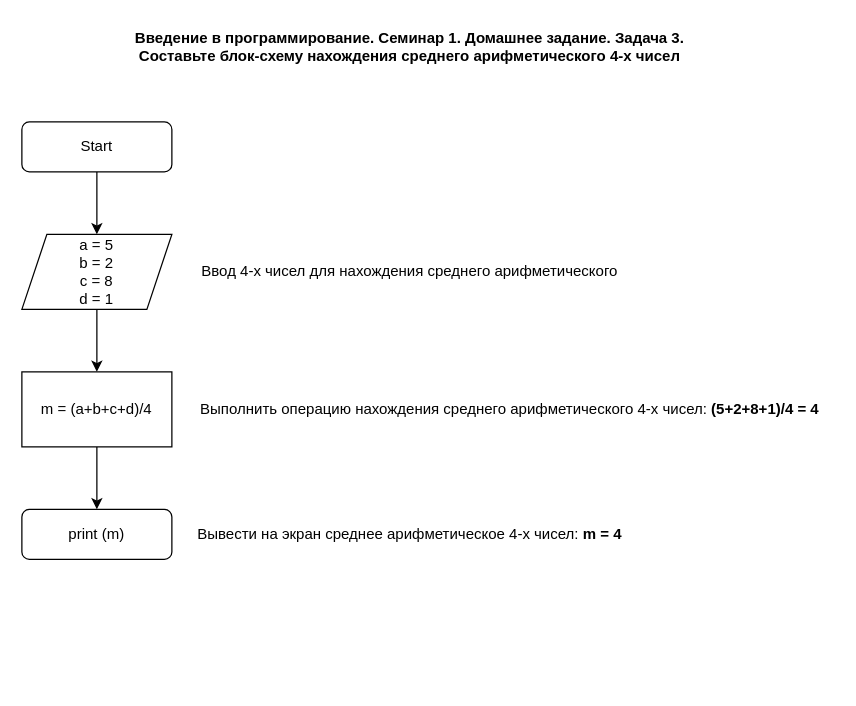
Above: 2022.12.12_HW_1-6.drawio in kask1n/Programming_Introguction (draw.io), before the change. Source tidied: cells renumbered, new cells numbered last; positions are measured from the earlier drawing's top-left corner, leaving out a move shared by most shapes. Both pictures are drawn from the tidied source at 125%, with x=0, y=0 at pixel (21, 21).
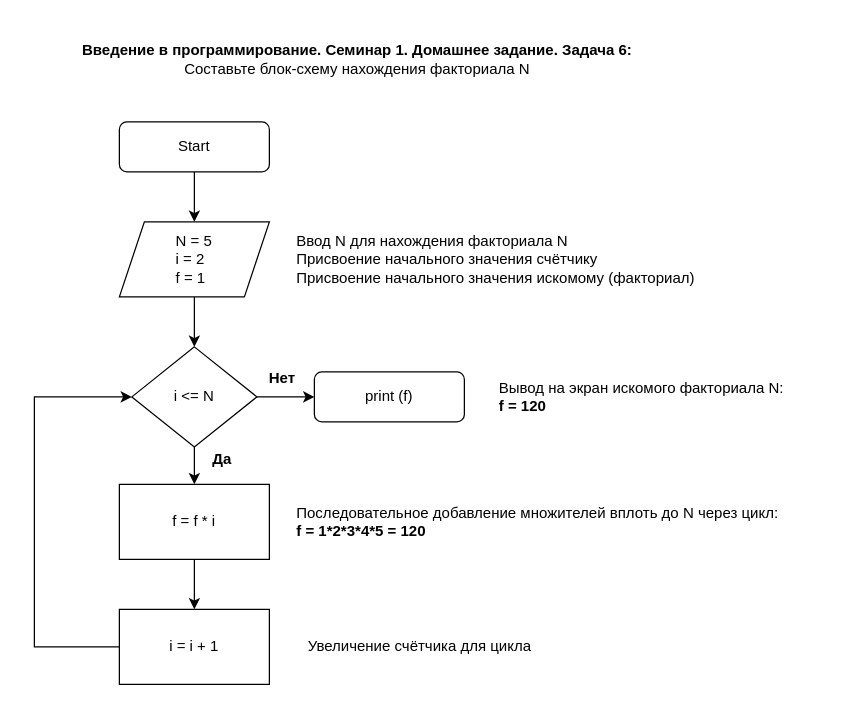
The same page after the edit.

The edit, as a diff of the source:
```diff
@@
     <mxCell id="2" style="edgeStyle=orthogonalEdgeStyle;rounded=0;jettySize=auto;html=1;" parent="1" edge="1" source="3">
       <mxGeometry relative="1" as="geometry">
-        <mxPoint x="60" y="170" as="targetPoint" />
+        <mxPoint x="138" y="160" as="targetPoint" />
       </mxGeometry>
     </mxCell>
     <mxCell id="3" value="Start" style="rounded=1;whiteSpace=wrap;html=1;fontSize=12;glass=0;strokeWidth=1;shadow=0;" parent="1" vertex="1">
-      <mxGeometry y="80" width="120" height="40" as="geometry" />
+      <mxGeometry x="78" y="80" width="120" height="40" as="geometry" />
     </mxCell>
-    <mxCell id="4" value="print (m)" style="rounded=1;whiteSpace=wrap;html=1;fontSize=12;glass=0;strokeWidth=1;shadow=0;" parent="1" vertex="1">
-      <mxGeometry y="390" width="120" height="40" as="geometry" />
+    <mxCell id="4" value="print (f)" style="rounded=1;whiteSpace=wrap;html=1;fontSize=12;glass=0;strokeWidth=1;shadow=0;" parent="1" vertex="1">
+      <mxGeometry x="234" y="280" width="120" height="40" as="geometry" />
     </mxCell>
-    <mxCell id="5" style="edgeStyle=orthogonalEdgeStyle;rounded=0;jettySize=auto;html=1;" parent="1" edge="1" source="6" target="8">
-      <mxGeometry relative="1" as="geometry" />
-    </mxCell>
+    <mxCell id="13" style="edgeStyle=orthogonalEdgeStyle;rounded=0;jettySize=auto;html=1;" parent="1" edge="1" source="6" target="16">
+      <mxGeometry relative="1" as="geometry" />
+    </mxCell>
-    <mxCell id="6" value="a = 5&lt;br&gt;b = 2&lt;br&gt;c = 8&lt;br&gt;d = 1" style="shape=parallelogram;perimeter=parallelogramPerimeter;whiteSpace=wrap;html=1;fixedSize=1;" parent="1" vertex="1">
-      <mxGeometry y="170" width="120" height="60" as="geometry" />
+    <mxCell id="6" value="&lt;div style=&quot;text-align: justify;&quot;&gt;&lt;span style=&quot;background-color: initial;&quot;&gt;N = 5&lt;/span&gt;&lt;/div&gt;&lt;div style=&quot;text-align: justify;&quot;&gt;&lt;span style=&quot;background-color: initial;&quot;&gt;i = 2&lt;/span&gt;&lt;/div&gt;&lt;div style=&quot;text-align: justify;&quot;&gt;&lt;span style=&quot;background-color: initial;&quot;&gt;f = 1&lt;/span&gt;&lt;/div&gt;" style="shape=parallelogram;perimeter=parallelogramPerimeter;whiteSpace=wrap;html=1;fixedSize=1;" parent="1" vertex="1">
+      <mxGeometry x="78" y="160" width="120" height="60" as="geometry" />
     </mxCell>
-    <mxCell id="7" style="edgeStyle=orthogonalEdgeStyle;rounded=0;jettySize=auto;html=1;" parent="1" edge="1" source="8" target="4">
-      <mxGeometry relative="1" as="geometry" />
-    </mxCell>
-    <mxCell id="8" value="m = (a+b+c+d)/4" style="rounded=0;whiteSpace=wrap;html=1;" parent="1" vertex="1">
-      <mxGeometry y="280" width="120" height="60" as="geometry" />
-    </mxCell>
-    <mxCell id="9" value="Выполнить операцию нахождения среднего арифметического 4-х чисел: &lt;b&gt;(5+2+8+1)/4 = 4&lt;/b&gt;" style="text;html=1;align=center;verticalAlign=middle;strokeColor=none;fillColor=none;" parent="1" vertex="1">
-      <mxGeometry x="130" y="295" width="520" height="30" as="geometry" />
+    <mxCell id="9" value="Вывод на экран искомого факториала N:&amp;nbsp;&lt;br&gt;&lt;b&gt;f = 120&lt;/b&gt;" style="text;html=1;align=left;verticalAlign=middle;strokeColor=none;fillColor=none;" parent="1" vertex="1">
+      <mxGeometry x="380" y="280" width="250" height="40" as="geometry" />
     </mxCell>
-    <mxCell id="10" value="Вывести на экран среднее арифметическое 4-х чисел: &lt;b&gt;m = 4&lt;/b&gt;" style="text;html=1;align=center;verticalAlign=middle;strokeColor=none;fillColor=none;" parent="1" vertex="1">
-      <mxGeometry x="130" y="395" width="360" height="30" as="geometry" />
+    <mxCell id="10" value="&lt;div style=&quot;&quot;&gt;&lt;span style=&quot;background-color: initial;&quot;&gt;Последовательное добавление множителей вплоть до N через цикл:&amp;nbsp;&lt;/span&gt;&lt;/div&gt;&lt;div style=&quot;&quot;&gt;&lt;span style=&quot;background-color: initial;&quot;&gt;&lt;b&gt;f = 1*2*3*4*5 = 120&lt;/b&gt;&lt;/span&gt;&lt;/div&gt;" style="text;html=1;align=left;verticalAlign=middle;strokeColor=none;fillColor=none;" parent="1" vertex="1">
+      <mxGeometry x="218" y="380" width="410" height="40" as="geometry" />
     </mxCell>
-    <mxCell id="11" value="Ввод 4-х чисел для нахождения среднего арифметического" style="text;html=1;align=center;verticalAlign=middle;strokeColor=none;fillColor=none;" parent="1" vertex="1">
-      <mxGeometry x="130" y="185" width="360" height="30" as="geometry" />
+    <mxCell id="11" value="Ввод N для нахождения факториала N&lt;br&gt;Присвоение начального значения счётчику&lt;br&gt;Присвоение начального значения искомому (факториал)" style="text;html=1;align=left;verticalAlign=middle;strokeColor=none;fillColor=none;" parent="1" vertex="1">
+      <mxGeometry x="218" y="160" width="340" height="60" as="geometry" />
     </mxCell>
-    <mxCell id="12" value="&lt;b&gt;Введение в программирование. Семинар 1. Домашнее задание. Задача 3.&lt;br&gt;&lt;/b&gt;&lt;div&gt;&lt;b&gt;Составьте блок-схему&amp;nbsp;&lt;span style=&quot;background-color: initial;&quot;&gt;нахождения среднего&amp;nbsp;&lt;/span&gt;&lt;span style=&quot;background-color: initial;&quot;&gt;арифметического 4-х&amp;nbsp;&lt;/span&gt;&lt;span style=&quot;background-color: initial;&quot;&gt;чисел&lt;/span&gt;&lt;/b&gt;&lt;/div&gt;" style="text;html=1;align=center;verticalAlign=middle;strokeColor=none;fillColor=none;" parent="1" vertex="1">
-      <mxGeometry x="80" width="460" height="40" as="geometry" />
+    <mxCell id="12" value="&lt;b&gt;Введение в программирование. Семинар 1. Домашнее задание. Задача 6:&lt;br&gt;&lt;/b&gt;&lt;div&gt;&lt;div&gt;Составьте блок-схему&amp;nbsp;&lt;span style=&quot;background-color: initial;&quot;&gt;нахождения факториала N&lt;/span&gt;&lt;/div&gt;&lt;/div&gt;" style="text;html=1;align=center;verticalAlign=middle;strokeColor=none;fillColor=none;" parent="1" vertex="1">
+      <mxGeometry x="38" y="10" width="460" height="40" as="geometry" />
     </mxCell>
+    <mxCell id="14" style="edgeStyle=orthogonalEdgeStyle;rounded=0;jettySize=auto;html=1;" parent="1" edge="1" source="16" target="18">
+      <mxGeometry relative="1" as="geometry" />
+    </mxCell>
+    <mxCell id="15" style="edgeStyle=orthogonalEdgeStyle;rounded=0;jettySize=auto;html=1;" parent="1" edge="1" source="16" target="4">
+      <mxGeometry relative="1" as="geometry" />
+    </mxCell>
+    <mxCell id="16" value="i &amp;lt;= N" style="rhombus;whiteSpace=wrap;html=1;" parent="1" vertex="1">
+      <mxGeometry x="88" y="260" width="100" height="80" as="geometry" />
+    </mxCell>
+    <mxCell id="17" style="edgeStyle=orthogonalEdgeStyle;rounded=0;jettySize=auto;html=1;" parent="1" edge="1" source="18" target="22">
+      <mxGeometry relative="1" as="geometry" />
+    </mxCell>
+    <mxCell id="18" value="f = f * i" style="rounded=0;whiteSpace=wrap;html=1;" parent="1" vertex="1">
+      <mxGeometry x="78" y="370" width="120" height="60" as="geometry" />
+    </mxCell>
+    <mxCell id="19" value="&lt;b&gt;Да&lt;/b&gt;" style="text;html=1;align=center;verticalAlign=middle;strokeColor=none;fillColor=none;" parent="1" vertex="1">
+      <mxGeometry x="140" y="335" width="40" height="30" as="geometry" />
+    </mxCell>
+    <mxCell id="20" value="&lt;b&gt;Нет&lt;/b&gt;" style="text;html=1;align=center;verticalAlign=middle;strokeColor=none;fillColor=none;" parent="1" vertex="1">
+      <mxGeometry x="188" y="270" width="40" height="30" as="geometry" />
+    </mxCell>
+    <mxCell id="21" style="edgeStyle=orthogonalEdgeStyle;rounded=0;jettySize=auto;html=1;entryX=0;entryY=0.5;entryDx=0;entryDy=0;" parent="1" edge="1" source="22" target="16">
+      <mxGeometry relative="1" as="geometry">
+        <Array as="points">
+          <mxPoint x="10" y="500" />
+          <mxPoint x="10" y="300" />
+        </Array>
+      </mxGeometry>
+    </mxCell>
+    <mxCell id="22" value="i = i + 1" style="rounded=0;whiteSpace=wrap;html=1;" parent="1" vertex="1">
+      <mxGeometry x="78" y="470" width="120" height="60" as="geometry" />
+    </mxCell>
+    <mxCell id="23" value="&lt;div style=&quot;text-align: left;&quot;&gt;Увеличение счётчика для цикла&lt;br&gt;&lt;/div&gt;" style="text;html=1;align=center;verticalAlign=middle;strokeColor=none;fillColor=none;" parent="1" vertex="1">
+      <mxGeometry x="218" y="485" width="200" height="30" as="geometry" />
+    </mxCell>
```
